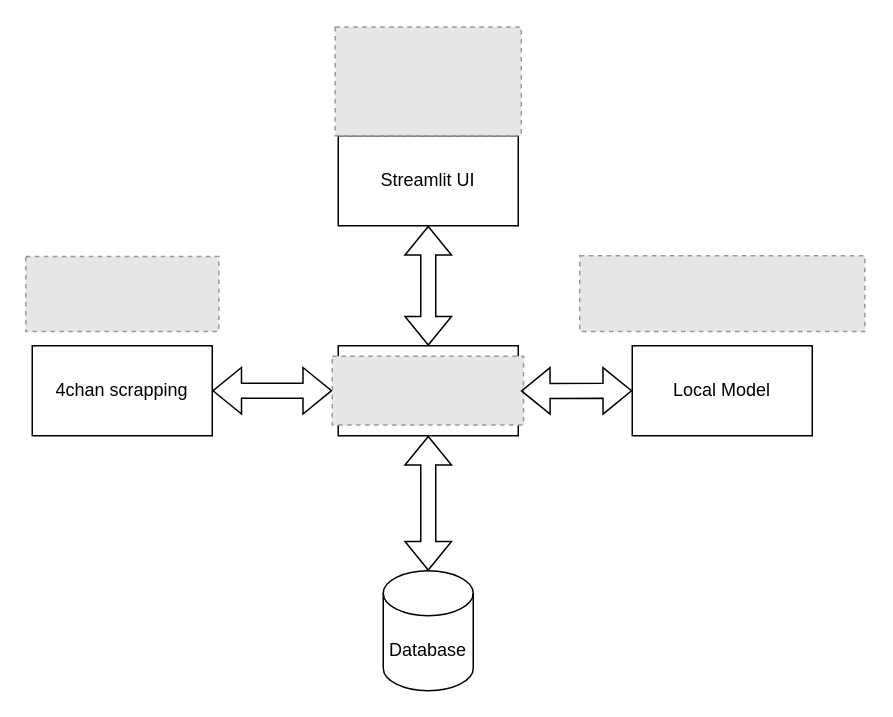
The draw.io diagram OCP_diagram.drawio in Chajf/OCP_Project, before the edit. Source tidied: cells renumbered, new cells numbered last; positions are measured from the earlier drawing's top-left corner, leaving out a move shared by most shapes. Both pictures are drawn from the tidied source at 150%, with x=0, y=0 at pixel (26, 26). Pictures stored in the file or linked from it are replaced by grey dashed boxes.
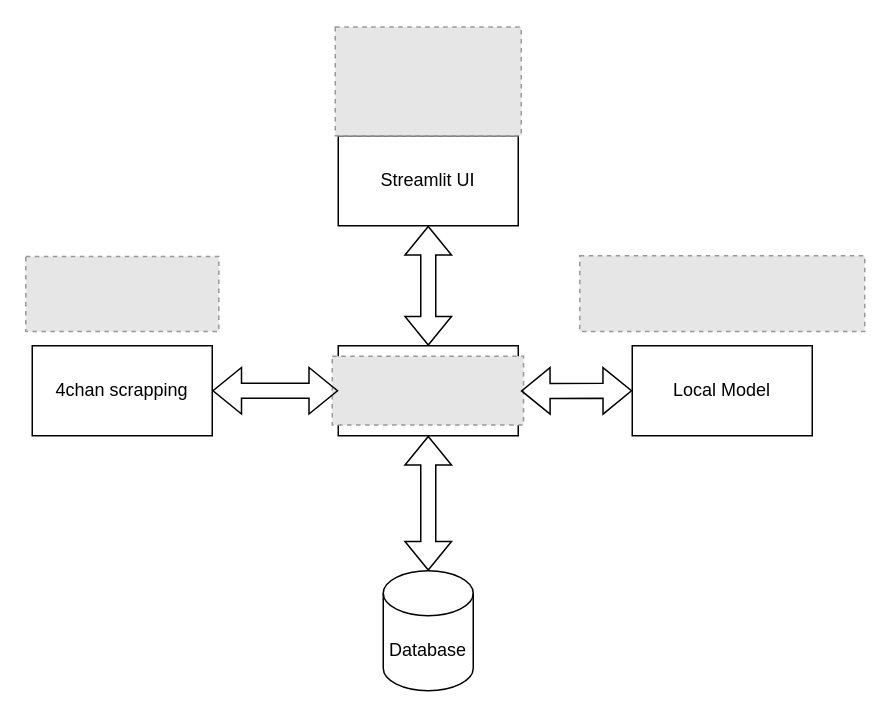
After the change.

What changed in the source:
```diff
@@
 <mxGraphModel>
   <root>
     <mxCell id="0" />
     <mxCell id="1" parent="0" />
     <mxCell id="2" value="Streamlit UI" style="rounded=0;whiteSpace=wrap;html=1;" parent="1" vertex="1">
       <mxGeometry x="208" y="73" width="120" height="60" as="geometry" />
     </mxCell>
     <mxCell id="3" style="fillColor=#E6E6E6;strokeColor=#999999;dashed=1;verticalLabelPosition=bottom;labelBackgroundColor=default;verticalAlign=top;" parent="1" vertex="1">
       <mxGeometry x="206" y="0.5" width="124" height="72.5" as="geometry" />
     </mxCell>
     <mxCell id="4" style="rounded=0;whiteSpace=wrap;html=1;" parent="1" vertex="1">
       <mxGeometry x="208" y="213" width="120" height="60" as="geometry" />
     </mxCell>
     <mxCell id="5" style="fillColor=#E6E6E6;strokeColor=#999999;dashed=1;verticalLabelPosition=bottom;labelBackgroundColor=default;verticalAlign=top;" parent="1" vertex="1">
       <mxGeometry x="204" y="220" width="127.5" height="45.9" as="geometry" />
     </mxCell>
     <mxCell id="6" value="4chan scrapping" style="rounded=0;whiteSpace=wrap;html=1;" parent="1" vertex="1">
       <mxGeometry x="4" y="213" width="120" height="60" as="geometry" />
     </mxCell>
     <mxCell id="7" value="Local Model" style="rounded=0;whiteSpace=wrap;html=1;" parent="1" vertex="1">
       <mxGeometry x="404" y="213" width="120" height="60" as="geometry" />
     </mxCell>
     <mxCell id="8" style="fillColor=#E6E6E6;strokeColor=#999999;dashed=1;verticalLabelPosition=bottom;labelBackgroundColor=default;verticalAlign=top;" parent="1" vertex="1">
       <mxGeometry x="369" y="153" width="190" height="50.5" as="geometry" />
     </mxCell>
     <mxCell id="9" value="Database" style="shape=cylinder3;whiteSpace=wrap;html=1;boundedLbl=1;backgroundOutline=1;size=15;" parent="1" vertex="1">
       <mxGeometry x="238" y="363" width="60" height="80" as="geometry" />
     </mxCell>
-    <mxCell id="10" style="shape=flexArrow;endArrow=classic;startArrow=classic;html=1;rounded=0;exitX=1;exitY=0.5;exitDx=0;exitDy=0;" parent="1" edge="1" source="6" target="5">
+    <mxCell id="10" style="shape=flexArrow;endArrow=classic;startArrow=classic;html=1;rounded=0;exitX=1;exitY=0.5;exitDx=0;exitDy=0;entryX=0;entryY=0.5;entryDx=0;entryDy=0;" parent="1" edge="1" source="6" target="4">
       <mxGeometry relative="1" as="geometry" />
     </mxCell>
     <mxCell id="11" style="shape=flexArrow;endArrow=classic;startArrow=classic;html=1;rounded=0;entryX=0.5;entryY=1;entryDx=0;entryDy=0;" parent="1" edge="1" target="2">
       <mxGeometry relative="1" as="geometry">
         <mxPoint x="268" y="213" as="sourcePoint" />
       </mxGeometry>
     </mxCell>
     <mxCell id="12" style="shape=flexArrow;endArrow=classic;startArrow=classic;html=1;rounded=0;entryX=0;entryY=0.5;entryDx=0;entryDy=0;exitX=0.986;exitY=0.504;exitDx=0;exitDy=0;exitPerimeter=0;" parent="1" edge="1" source="5" target="7">
       <mxGeometry relative="1" as="geometry" />
     </mxCell>
     <mxCell id="13" style="shape=flexArrow;endArrow=classic;startArrow=classic;html=1;rounded=0;exitX=0.5;exitY=0;exitDx=0;exitDy=0;exitPerimeter=0;entryX=0.5;entryY=1;entryDx=0;entryDy=0;" parent="1" edge="1" source="9" target="4">
       <mxGeometry relative="1" as="geometry" />
     </mxCell>
     <mxCell id="14" style="fillColor=#E6E6E6;strokeColor=#999999;dashed=1;verticalLabelPosition=bottom;labelBackgroundColor=default;verticalAlign=top;" parent="1" vertex="1">
       <mxGeometry x="-0.3" y="153.5" width="128.7" height="50" as="geometry" />
     </mxCell>
   </root>
 </mxGraphModel>
```
